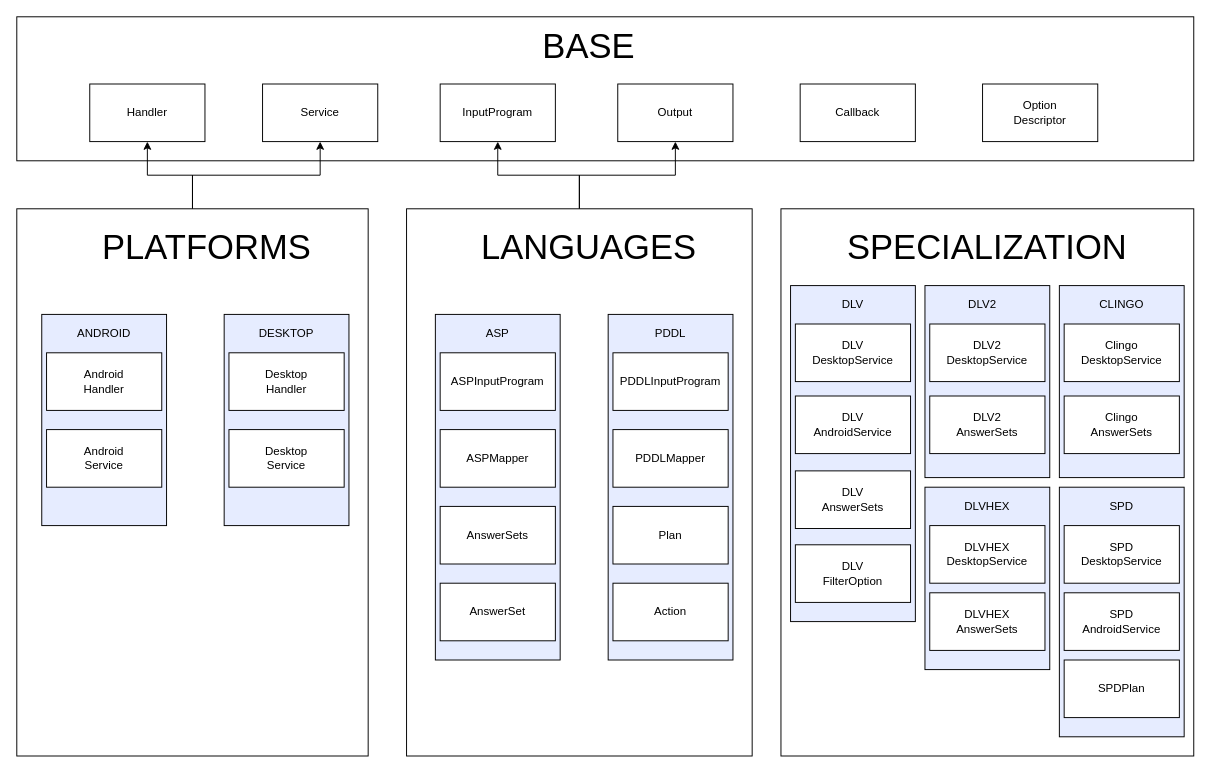
Before: Documentazione/diagrammi_drawio/abstract_architecture.drawio in MarcoBellizzi/Tirocinio, a draw.io diagram. Source tidied: cells renumbered, new cells numbered last; positions are measured from the earlier drawing's top-left corner, leaving out a move shared by most shapes. Both pictures are drawn from the tidied source at 96%, with x=0, y=0 at pixel (16, 16).
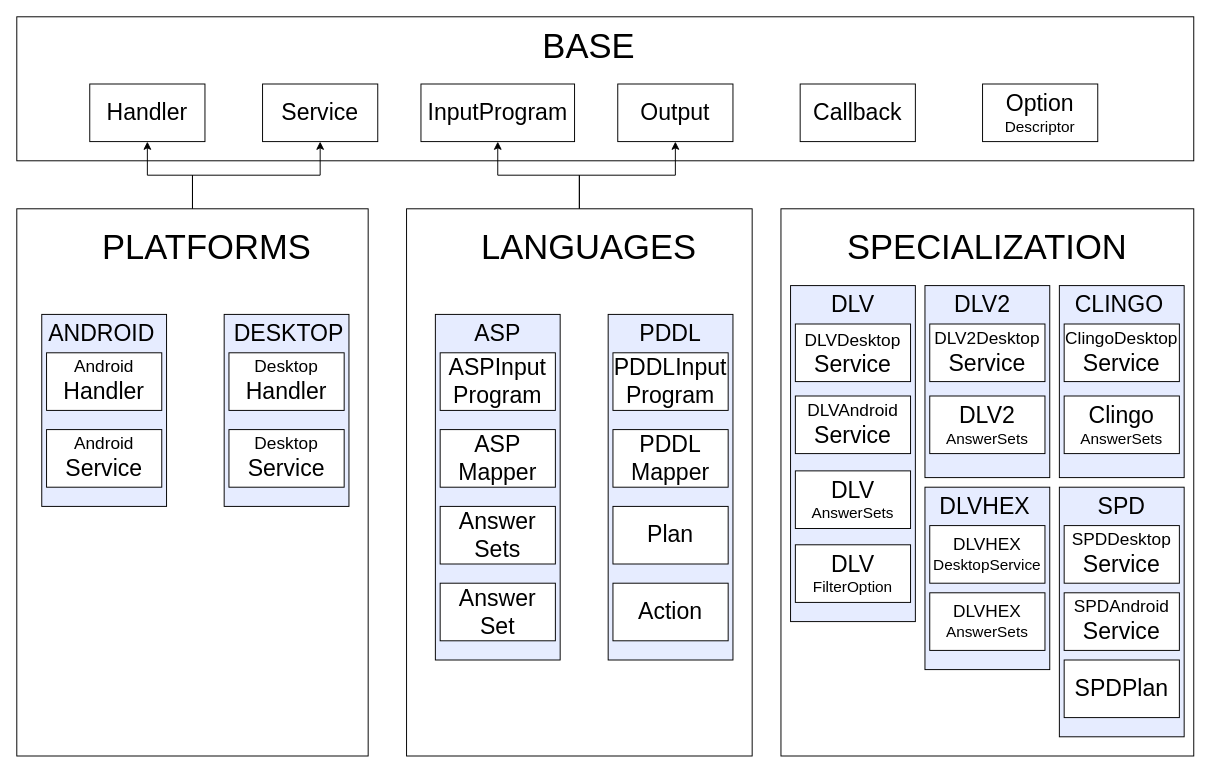
Above is the later version.

Diff of the diagram source:
```diff
@@
-    <mxCell id="3" value="Handler" style="rounded=0;whiteSpace=wrap;html=1;" parent="1" vertex="1">
+    <mxCell id="3" value="&lt;font style=&quot;font-size: 24px&quot;&gt;Handler&lt;/font&gt;" style="rounded=0;whiteSpace=wrap;html=1;" parent="1" vertex="1">
       <mxGeometry x="76" y="70" width="120" height="60" as="geometry" />
     </mxCell>
-    <mxCell id="4" value="Service" style="rounded=0;whiteSpace=wrap;html=1;" parent="1" vertex="1">
+    <mxCell id="4" value="&lt;font style=&quot;font-size: 24px&quot;&gt;Service&lt;/font&gt;" style="rounded=0;whiteSpace=wrap;html=1;" parent="1" vertex="1">
       <mxGeometry x="256" y="70" width="120" height="60" as="geometry" />
     </mxCell>
-    <mxCell id="5" value="Output" style="rounded=0;whiteSpace=wrap;html=1;" parent="1" vertex="1">
+    <mxCell id="5" value="&lt;font style=&quot;font-size: 24px&quot;&gt;Output&lt;/font&gt;" style="rounded=0;whiteSpace=wrap;html=1;" parent="1" vertex="1">
       <mxGeometry x="626" y="70" width="120" height="60" as="geometry" />
     </mxCell>
-    <mxCell id="6" value="InputProgram" style="rounded=0;whiteSpace=wrap;html=1;" parent="1" vertex="1">
-      <mxGeometry x="441" y="70" width="120" height="60" as="geometry" />
+    <mxCell id="6" value="&lt;font style=&quot;font-size: 24px&quot;&gt;InputProgram&lt;/font&gt;" style="rounded=0;whiteSpace=wrap;html=1;" parent="1" vertex="1">
+      <mxGeometry x="421" y="70" width="160" height="60" as="geometry" />
     </mxCell>
-    <mxCell id="7" value="&lt;div&gt;Option&lt;/div&gt;&lt;div&gt;Descriptor&lt;br&gt;&lt;/div&gt;" style="rounded=0;whiteSpace=wrap;html=1;" parent="1" vertex="1">
+    <mxCell id="7" value="&lt;div&gt;&lt;font style=&quot;font-size: 24px&quot;&gt;Option&lt;/font&gt;&lt;/div&gt;&lt;div&gt;&lt;font size=&quot;3&quot;&gt;Descriptor&lt;/font&gt;&lt;br&gt;&lt;/div&gt;" style="rounded=0;whiteSpace=wrap;html=1;" parent="1" vertex="1">
       <mxGeometry x="1006" y="70" width="120" height="60" as="geometry" />
     </mxCell>
@@
     <mxCell id="11" style="rounded=0;whiteSpace=wrap;html=1;fillColor=#E6ECFF;" parent="1" vertex="1">
-      <mxGeometry x="26" y="310" width="130" height="220" as="geometry" />
+      <mxGeometry x="26" y="310" width="130" height="200" as="geometry" />
     </mxCell>
     <mxCell id="12" style="rounded=0;whiteSpace=wrap;html=1;fillColor=#E6ECFF;" parent="1" vertex="1">
-      <mxGeometry x="216" y="310" width="130" height="220" as="geometry" />
+      <mxGeometry x="216" y="310" width="130" height="200" as="geometry" />
     </mxCell>
-    <mxCell id="13" value="&lt;font style=&quot;font-size: 36px&quot;&gt;PLATFORM&lt;/font&gt;&lt;font style=&quot;font-size: 36px&quot;&gt;S&lt;/font&gt;" style="text;html=1;strokeColor=none;fillColor=none;align=center;verticalAlign=middle;whiteSpace=wrap;rounded=0;" parent="1" vertex="1">
+    <mxCell id="13" value="&lt;font style=&quot;font-size: 36px&quot;&gt;&lt;font&gt;PLATFORM&lt;/font&gt;&lt;font&gt;S&lt;/font&gt;&lt;/font&gt;" style="text;html=1;strokeColor=none;fillColor=none;align=center;verticalAlign=middle;whiteSpace=wrap;rounded=0;" parent="1" vertex="1">
       <mxGeometry x="68" y="230" width="260" height="20" as="geometry" />
     </mxCell>
@@
-    <mxCell id="15" value="&lt;div&gt;Android&lt;/div&gt;&lt;div&gt;Handler&lt;br&gt;&lt;/div&gt;" style="rounded=0;whiteSpace=wrap;html=1;fillColor=#FFFFFF;" parent="1" vertex="1">
+    <mxCell id="15" value="&lt;div&gt;&lt;font style=&quot;font-size: 18px&quot;&gt;Android&lt;/font&gt;&lt;/div&gt;&lt;div&gt;&lt;font style=&quot;font-size: 24px&quot;&gt;Handler&lt;/font&gt;&lt;br&gt;&lt;/div&gt;" style="rounded=0;whiteSpace=wrap;html=1;fillColor=#FFFFFF;" parent="1" vertex="1">
       <mxGeometry x="31" y="350" width="120" height="60" as="geometry" />
     </mxCell>
-    <mxCell id="16" value="&lt;div&gt;Android&lt;/div&gt;&lt;div&gt;Service&lt;br&gt;&lt;/div&gt;" style="rounded=0;whiteSpace=wrap;html=1;fillColor=#FFFFFF;" parent="1" vertex="1">
+    <mxCell id="16" value="&lt;div&gt;&lt;font style=&quot;font-size: 18px&quot;&gt;Android&lt;/font&gt;&lt;/div&gt;&lt;div&gt;&lt;font style=&quot;font-size: 24px&quot;&gt;Service&lt;/font&gt;&lt;br&gt;&lt;/div&gt;" style="rounded=0;whiteSpace=wrap;html=1;fillColor=#FFFFFF;" parent="1" vertex="1">
       <mxGeometry x="31" y="430" width="120" height="60" as="geometry" />
     </mxCell>
-    <mxCell id="17" value="&lt;div&gt;Desktop&lt;/div&gt;&lt;div&gt;Handler&lt;br&gt;&lt;/div&gt;" style="rounded=0;whiteSpace=wrap;html=1;fillColor=#FFFFFF;" parent="1" vertex="1">
+    <mxCell id="17" value="&lt;div&gt;&lt;font style=&quot;font-size: 18px&quot;&gt;Desktop&lt;/font&gt;&lt;/div&gt;&lt;div&gt;&lt;font style=&quot;font-size: 24px&quot;&gt;Handler&lt;/font&gt;&lt;br&gt;&lt;/div&gt;" style="rounded=0;whiteSpace=wrap;html=1;fillColor=#FFFFFF;" parent="1" vertex="1">
       <mxGeometry x="221" y="350" width="120" height="60" as="geometry" />
     </mxCell>
-    <mxCell id="18" value="&lt;div&gt;Desktop&lt;/div&gt;&lt;div&gt;Service&lt;br&gt;&lt;/div&gt;" style="rounded=0;whiteSpace=wrap;html=1;fillColor=#FFFFFF;" parent="1" vertex="1">
+    <mxCell id="18" value="&lt;div&gt;&lt;font style=&quot;font-size: 18px&quot;&gt;Desktop&lt;/font&gt;&lt;/div&gt;&lt;div&gt;&lt;font style=&quot;font-size: 24px&quot;&gt;Service&lt;/font&gt;&lt;br&gt;&lt;/div&gt;" style="rounded=0;whiteSpace=wrap;html=1;fillColor=#FFFFFF;" parent="1" vertex="1">
       <mxGeometry x="221" y="430" width="120" height="60" as="geometry" />
     </mxCell>
-    <mxCell id="19" value="ANDROID" style="text;html=1;strokeColor=none;fillColor=none;align=center;verticalAlign=middle;whiteSpace=wrap;rounded=0;" parent="1" vertex="1">
-      <mxGeometry x="71" y="320" width="40" height="20" as="geometry" />
+    <mxCell id="19" value="&lt;font style=&quot;font-size: 24px&quot;&gt;ANDROID&lt;/font&gt;" style="text;html=1;strokeColor=none;fillColor=none;align=center;verticalAlign=middle;whiteSpace=wrap;rounded=0;" parent="1" vertex="1">
+      <mxGeometry x="66" y="320" width="45" height="20" as="geometry" />
     </mxCell>
-    <mxCell id="20" value="DESKTOP" style="text;html=1;strokeColor=none;fillColor=none;align=center;verticalAlign=middle;whiteSpace=wrap;rounded=0;" parent="1" vertex="1">
-      <mxGeometry x="261" y="320" width="40" height="20" as="geometry" />
+    <mxCell id="20" value="&lt;font style=&quot;font-size: 24px&quot;&gt;DESKTOP&lt;/font&gt;" style="text;html=1;strokeColor=none;fillColor=none;align=center;verticalAlign=middle;whiteSpace=wrap;rounded=0;" parent="1" vertex="1">
+      <mxGeometry x="266" y="320" width="35" height="20" as="geometry" />
     </mxCell>
@@
-    <mxCell id="27" value="ASP" style="text;html=1;strokeColor=none;fillColor=none;align=center;verticalAlign=middle;whiteSpace=wrap;rounded=0;" parent="1" vertex="1">
+    <mxCell id="27" value="&lt;font style=&quot;font-size: 24px&quot;&gt;ASP&lt;/font&gt;" style="text;html=1;strokeColor=none;fillColor=none;align=center;verticalAlign=middle;whiteSpace=wrap;rounded=0;" parent="1" vertex="1">
       <mxGeometry x="481" y="320" width="40" height="20" as="geometry" />
     </mxCell>
-    <mxCell id="28" value="ASPInputProgram" style="rounded=0;whiteSpace=wrap;html=1;fillColor=#FFFFFF;" parent="1" vertex="1">
+    <mxCell id="28" value="&lt;font style=&quot;font-size: 24px&quot;&gt;ASPInput&lt;br&gt;Program&lt;/font&gt;" style="rounded=0;whiteSpace=wrap;html=1;fillColor=#FFFFFF;" parent="1" vertex="1">
       <mxGeometry x="441" y="350" width="120" height="60" as="geometry" />
     </mxCell>
-    <mxCell id="29" value="ASPMapper" style="rounded=0;whiteSpace=wrap;html=1;fillColor=#FFFFFF;" parent="1" vertex="1">
+    <mxCell id="29" value="&lt;font style=&quot;font-size: 24px&quot;&gt;ASP&lt;br&gt;Mapper&lt;/font&gt;" style="rounded=0;whiteSpace=wrap;html=1;fillColor=#FFFFFF;" parent="1" vertex="1">
       <mxGeometry x="441" y="430" width="120" height="60" as="geometry" />
     </mxCell>
-    <mxCell id="30" value="AnswerSets" style="rounded=0;whiteSpace=wrap;html=1;fillColor=#FFFFFF;" parent="1" vertex="1">
+    <mxCell id="30" value="&lt;font style=&quot;font-size: 24px&quot;&gt;Answer&lt;br&gt;Sets&lt;/font&gt;" style="rounded=0;whiteSpace=wrap;html=1;fillColor=#FFFFFF;" parent="1" vertex="1">
       <mxGeometry x="441" y="510" width="120" height="60" as="geometry" />
     </mxCell>
-    <mxCell id="31" value="AnswerSet" style="rounded=0;whiteSpace=wrap;html=1;fillColor=#FFFFFF;" parent="1" vertex="1">
+    <mxCell id="31" value="&lt;font style=&quot;font-size: 24px&quot;&gt;Answer&lt;br&gt;Set&lt;/font&gt;" style="rounded=0;whiteSpace=wrap;html=1;fillColor=#FFFFFF;" parent="1" vertex="1">
       <mxGeometry x="441" y="590" width="120" height="60" as="geometry" />
     </mxCell>
-    <mxCell id="32" value="PDDL" style="text;html=1;strokeColor=none;fillColor=none;align=center;verticalAlign=middle;whiteSpace=wrap;rounded=0;" parent="1" vertex="1">
+    <mxCell id="32" value="&lt;font style=&quot;font-size: 24px&quot;&gt;PDDL&lt;/font&gt;" style="text;html=1;strokeColor=none;fillColor=none;align=center;verticalAlign=middle;whiteSpace=wrap;rounded=0;" parent="1" vertex="1">
       <mxGeometry x="661" y="320" width="40" height="20" as="geometry" />
     </mxCell>
-    <mxCell id="33" value="PDDLInputProgram" style="rounded=0;whiteSpace=wrap;html=1;fillColor=#FFFFFF;" parent="1" vertex="1">
+    <mxCell id="33" value="&lt;font style=&quot;font-size: 24px&quot;&gt;PDDLInput&lt;br&gt;Program&lt;/font&gt;" style="rounded=0;whiteSpace=wrap;html=1;fillColor=#FFFFFF;" parent="1" vertex="1">
       <mxGeometry x="621" y="350" width="120" height="60" as="geometry" />
     </mxCell>
-    <mxCell id="34" value="PDDLMapper" style="rounded=0;whiteSpace=wrap;html=1;fillColor=#FFFFFF;" parent="1" vertex="1">
+    <mxCell id="34" value="&lt;font style=&quot;font-size: 24px&quot;&gt;PDDL&lt;br&gt;Mapper&lt;/font&gt;" style="rounded=0;whiteSpace=wrap;html=1;fillColor=#FFFFFF;" parent="1" vertex="1">
       <mxGeometry x="621" y="430" width="120" height="60" as="geometry" />
     </mxCell>
-    <mxCell id="35" value="Plan" style="rounded=0;whiteSpace=wrap;html=1;fillColor=#FFFFFF;" parent="1" vertex="1">
+    <mxCell id="35" value="&lt;font style=&quot;font-size: 24px&quot;&gt;Plan&lt;/font&gt;" style="rounded=0;whiteSpace=wrap;html=1;fillColor=#FFFFFF;" parent="1" vertex="1">
       <mxGeometry x="621" y="510" width="120" height="60" as="geometry" />
     </mxCell>
-    <mxCell id="36" value="Action" style="rounded=0;whiteSpace=wrap;html=1;fillColor=#FFFFFF;" parent="1" vertex="1">
+    <mxCell id="36" value="&lt;font style=&quot;font-size: 24px&quot;&gt;Action&lt;/font&gt;" style="rounded=0;whiteSpace=wrap;html=1;fillColor=#FFFFFF;" parent="1" vertex="1">
       <mxGeometry x="621" y="590" width="120" height="60" as="geometry" />
     </mxCell>
-    <mxCell id="37" value="Callback" style="rounded=0;whiteSpace=wrap;html=1;fillColor=#FFFFFF;" parent="1" vertex="1">
+    <mxCell id="37" value="&lt;font style=&quot;font-size: 24px&quot;&gt;Callback&lt;/font&gt;" style="rounded=0;whiteSpace=wrap;html=1;fillColor=#FFFFFF;" parent="1" vertex="1">
       <mxGeometry x="816" y="70" width="120" height="60" as="geometry" />
     </mxCell>
@@
-    <mxCell id="41" value="DLV" style="text;html=1;strokeColor=none;fillColor=none;align=center;verticalAlign=middle;whiteSpace=wrap;rounded=0;" parent="1" vertex="1">
+    <mxCell id="41" value="&lt;font style=&quot;font-size: 24px&quot;&gt;DLV&lt;/font&gt;" style="text;html=1;strokeColor=none;fillColor=none;align=center;verticalAlign=middle;whiteSpace=wrap;rounded=0;" parent="1" vertex="1">
       <mxGeometry x="851" y="290" width="40" height="20" as="geometry" />
     </mxCell>
-    <mxCell id="42" value="&lt;div&gt;DLV&lt;/div&gt;&lt;div&gt;DesktopService&lt;br&gt;&lt;/div&gt;" style="rounded=0;whiteSpace=wrap;html=1;fillColor=#FFFFFF;" parent="1" vertex="1">
+    <mxCell id="42" value="&lt;font&gt;&lt;span style=&quot;font-size: 18px&quot;&gt;DLVDesktop&lt;/span&gt;&lt;br&gt;&lt;font style=&quot;font-size: 24px&quot;&gt;Service&lt;/font&gt;&lt;/font&gt;" style="rounded=0;whiteSpace=wrap;html=1;fillColor=#FFFFFF;fontSize=22;" parent="1" vertex="1">
       <mxGeometry x="811" y="320" width="120" height="60" as="geometry" />
     </mxCell>
-    <mxCell id="43" value="&lt;div&gt;DLV&lt;/div&gt;&lt;div&gt;AndroidService&lt;br&gt;&lt;/div&gt;" style="rounded=0;whiteSpace=wrap;html=1;fillColor=#FFFFFF;" parent="1" vertex="1">
+    <mxCell id="43" value="&lt;div&gt;&lt;font style=&quot;font-size: 18px&quot;&gt;&lt;font&gt;DLV&lt;/font&gt;&lt;span&gt;Android&lt;/span&gt;&lt;/font&gt;&lt;/div&gt;&lt;div&gt;&lt;span&gt;&lt;font style=&quot;font-size: 24px&quot;&gt;Service&lt;/font&gt;&lt;/span&gt;&lt;/div&gt;" style="rounded=0;whiteSpace=wrap;html=1;fillColor=#FFFFFF;" parent="1" vertex="1">
       <mxGeometry x="811" y="395" width="120" height="60" as="geometry" />
     </mxCell>
-    <mxCell id="44" value="&lt;div&gt;DLV&lt;/div&gt;&lt;div&gt;AnswerSets&lt;br&gt;&lt;/div&gt;" style="rounded=0;whiteSpace=wrap;html=1;fillColor=#FFFFFF;" parent="1" vertex="1">
+    <mxCell id="44" value="&lt;div&gt;&lt;font style=&quot;font-size: 24px&quot;&gt;DLV&lt;/font&gt;&lt;/div&gt;&lt;div&gt;&lt;font size=&quot;3&quot;&gt;AnswerSets&lt;/font&gt;&lt;br&gt;&lt;/div&gt;" style="rounded=0;whiteSpace=wrap;html=1;fillColor=#FFFFFF;" parent="1" vertex="1">
       <mxGeometry x="811" y="473" width="120" height="60" as="geometry" />
     </mxCell>
-    <mxCell id="45" value="&lt;div&gt;DLV&lt;/div&gt;&lt;div&gt;FilterOption&lt;br&gt;&lt;/div&gt;" style="rounded=0;whiteSpace=wrap;html=1;fillColor=#FFFFFF;" parent="1" vertex="1">
+    <mxCell id="45" value="&lt;div&gt;&lt;font style=&quot;font-size: 24px&quot;&gt;DLV&lt;/font&gt;&lt;/div&gt;&lt;div&gt;&lt;font size=&quot;3&quot;&gt;FilterOption&lt;/font&gt;&lt;br&gt;&lt;/div&gt;" style="rounded=0;whiteSpace=wrap;html=1;fillColor=#FFFFFF;" parent="1" vertex="1">
       <mxGeometry x="811" y="550" width="120" height="60" as="geometry" />
     </mxCell>
@@
-    <mxCell id="47" value="DLV2" style="text;html=1;strokeColor=none;fillColor=none;align=center;verticalAlign=middle;whiteSpace=wrap;rounded=0;" parent="1" vertex="1">
+    <mxCell id="47" value="&lt;font style=&quot;font-size: 24px&quot;&gt;DLV2&lt;/font&gt;" style="text;html=1;strokeColor=none;fillColor=none;align=center;verticalAlign=middle;whiteSpace=wrap;rounded=0;" parent="1" vertex="1">
       <mxGeometry x="986" y="290" width="40" height="20" as="geometry" />
     </mxCell>
-    <mxCell id="48" value="&lt;div&gt;DLV2&lt;/div&gt;&lt;div&gt;DesktopService&lt;br&gt;&lt;/div&gt;" style="rounded=0;whiteSpace=wrap;html=1;fillColor=#FFFFFF;" parent="1" vertex="1">
+    <mxCell id="48" value="&lt;div&gt;&lt;font style=&quot;font-size: 18px&quot;&gt;&lt;font&gt;DLV2&lt;/font&gt;&lt;span&gt;Desktop&lt;/span&gt;&lt;/font&gt;&lt;/div&gt;&lt;div&gt;&lt;span&gt;&lt;font style=&quot;font-size: 24px&quot;&gt;Service&lt;/font&gt;&lt;/span&gt;&lt;/div&gt;" style="rounded=0;whiteSpace=wrap;html=1;fillColor=#FFFFFF;" parent="1" vertex="1">
       <mxGeometry x="951" y="320" width="120" height="60" as="geometry" />
     </mxCell>
-    <mxCell id="49" value="&lt;div&gt;DLV2&lt;/div&gt;&lt;div&gt;AnswerSets&lt;br&gt;&lt;/div&gt;" style="rounded=0;whiteSpace=wrap;html=1;fillColor=#FFFFFF;" parent="1" vertex="1">
+    <mxCell id="49" value="&lt;div&gt;&lt;font style=&quot;font-size: 24px&quot;&gt;DLV2&lt;/font&gt;&lt;/div&gt;&lt;div&gt;&lt;font size=&quot;3&quot;&gt;AnswerSets&lt;/font&gt;&lt;br&gt;&lt;/div&gt;" style="rounded=0;whiteSpace=wrap;html=1;fillColor=#FFFFFF;" parent="1" vertex="1">
       <mxGeometry x="951" y="395" width="120" height="60" as="geometry" />
     </mxCell>
@@
-    <mxCell id="51" value="DLVHEX" style="text;html=1;strokeColor=none;fillColor=none;align=center;verticalAlign=middle;whiteSpace=wrap;rounded=0;" parent="1" vertex="1">
-      <mxGeometry x="991" y="500" width="40" height="20" as="geometry" />
+    <mxCell id="51" value="&lt;font style=&quot;font-size: 24px&quot;&gt;DLVHEX&lt;/font&gt;" style="text;html=1;strokeColor=none;fillColor=none;align=center;verticalAlign=middle;whiteSpace=wrap;rounded=0;" parent="1" vertex="1">
+      <mxGeometry x="986" y="500" width="45" height="20" as="geometry" />
     </mxCell>
-    <mxCell id="52" value="&lt;div&gt;DLVHEX&lt;/div&gt;&lt;div&gt;DesktopService&lt;br&gt;&lt;/div&gt;" style="rounded=0;whiteSpace=wrap;html=1;fillColor=#FFFFFF;" parent="1" vertex="1">
+    <mxCell id="52" value="&lt;div&gt;&lt;font&gt;&lt;font style=&quot;font-size: 18px&quot;&gt;DLVHEX&lt;/font&gt;&lt;/font&gt;&lt;/div&gt;&lt;div&gt;&lt;font size=&quot;3&quot;&gt;&lt;font&gt;&lt;span&gt;Desktop&lt;/span&gt;&lt;/font&gt;&lt;span&gt;Service&lt;/span&gt;&lt;/font&gt;&lt;/div&gt;" style="rounded=0;whiteSpace=wrap;html=1;fillColor=#FFFFFF;" parent="1" vertex="1">
       <mxGeometry x="951" y="530" width="120" height="60" as="geometry" />
     </mxCell>
-    <mxCell id="53" value="&lt;div&gt;DLVHEX&lt;/div&gt;&lt;div&gt;AnswerSets&lt;br&gt;&lt;/div&gt;" style="rounded=0;whiteSpace=wrap;html=1;fillColor=#FFFFFF;" parent="1" vertex="1">
+    <mxCell id="53" value="&lt;div&gt;&lt;font style=&quot;font-size: 18px&quot;&gt;DLVHEX&lt;/font&gt;&lt;/div&gt;&lt;div&gt;&lt;font size=&quot;3&quot;&gt;AnswerSets&lt;/font&gt;&lt;br&gt;&lt;/div&gt;" style="rounded=0;whiteSpace=wrap;html=1;fillColor=#FFFFFF;" parent="1" vertex="1">
       <mxGeometry x="951" y="600" width="120" height="60" as="geometry" />
     </mxCell>
@@
-    <mxCell id="55" value="CLINGO" style="text;html=1;strokeColor=none;fillColor=none;align=center;verticalAlign=middle;whiteSpace=wrap;rounded=0;" parent="1" vertex="1">
-      <mxGeometry x="1131" y="290" width="40" height="20" as="geometry" />
+    <mxCell id="55" value="&lt;font style=&quot;font-size: 24px&quot;&gt;CLINGO&lt;/font&gt;" style="text;html=1;strokeColor=none;fillColor=none;align=center;verticalAlign=middle;whiteSpace=wrap;rounded=0;" parent="1" vertex="1">
+      <mxGeometry x="1126" y="290" width="45" height="20" as="geometry" />
     </mxCell>
-    <mxCell id="56" value="&lt;div&gt;Clingo&lt;/div&gt;&lt;div&gt;DesktopService&lt;br&gt;&lt;/div&gt;" style="rounded=0;whiteSpace=wrap;html=1;fillColor=#FFFFFF;" parent="1" vertex="1">
+    <mxCell id="56" value="&lt;div&gt;&lt;font style=&quot;font-size: 18px&quot;&gt;&lt;font&gt;Clingo&lt;/font&gt;&lt;span&gt;Desktop&lt;/span&gt;&lt;/font&gt;&lt;/div&gt;&lt;div&gt;&lt;span&gt;&lt;font style=&quot;font-size: 24px&quot;&gt;Service&lt;/font&gt;&lt;/span&gt;&lt;/div&gt;" style="rounded=0;whiteSpace=wrap;html=1;fillColor=#FFFFFF;" parent="1" vertex="1">
       <mxGeometry x="1091" y="320" width="120" height="60" as="geometry" />
     </mxCell>
-    <mxCell id="57" value="&lt;div&gt;Clingo&lt;/div&gt;&lt;div&gt;AnswerSets&lt;br&gt;&lt;/div&gt;" style="rounded=0;whiteSpace=wrap;html=1;fillColor=#FFFFFF;" parent="1" vertex="1">
+    <mxCell id="57" value="&lt;div&gt;&lt;font style=&quot;font-size: 24px&quot;&gt;Clingo&lt;/font&gt;&lt;/div&gt;&lt;div&gt;&lt;font size=&quot;3&quot;&gt;AnswerSets&lt;/font&gt;&lt;br&gt;&lt;/div&gt;" style="rounded=0;whiteSpace=wrap;html=1;fillColor=#FFFFFF;" parent="1" vertex="1">
       <mxGeometry x="1091" y="395" width="120" height="60" as="geometry" />
     </mxCell>
@@
-    <mxCell id="59" value="SPD" style="text;html=1;strokeColor=none;fillColor=none;align=center;verticalAlign=middle;whiteSpace=wrap;rounded=0;" parent="1" vertex="1">
+    <mxCell id="59" value="&lt;font style=&quot;font-size: 24px&quot;&gt;SPD&lt;/font&gt;" style="text;html=1;strokeColor=none;fillColor=none;align=center;verticalAlign=middle;whiteSpace=wrap;rounded=0;" parent="1" vertex="1">
       <mxGeometry x="1131" y="500" width="40" height="20" as="geometry" />
     </mxCell>
-    <mxCell id="60" value="&lt;div&gt;SPD&lt;/div&gt;&lt;div&gt;DesktopService&lt;br&gt;&lt;/div&gt;" style="rounded=0;whiteSpace=wrap;html=1;fillColor=#FFFFFF;" parent="1" vertex="1">
+    <mxCell id="60" value="&lt;div&gt;&lt;font style=&quot;font-size: 18px&quot;&gt;&lt;font&gt;SPD&lt;/font&gt;&lt;span&gt;Desktop&lt;/span&gt;&lt;/font&gt;&lt;/div&gt;&lt;div&gt;&lt;span&gt;&lt;font style=&quot;font-size: 24px&quot;&gt;Service&lt;/font&gt;&lt;/span&gt;&lt;/div&gt;" style="rounded=0;whiteSpace=wrap;html=1;fillColor=#FFFFFF;" parent="1" vertex="1">
       <mxGeometry x="1091" y="530" width="120" height="60" as="geometry" />
     </mxCell>
-    <mxCell id="61" value="&lt;div&gt;SPD&lt;/div&gt;&lt;div&gt;AndroidService&lt;br&gt;&lt;/div&gt;" style="rounded=0;whiteSpace=wrap;html=1;fillColor=#FFFFFF;" parent="1" vertex="1">
+    <mxCell id="61" value="&lt;div&gt;&lt;font style=&quot;font-size: 18px&quot;&gt;&lt;font&gt;SPD&lt;/font&gt;&lt;span&gt;Android&lt;/span&gt;&lt;/font&gt;&lt;/div&gt;&lt;div&gt;&lt;span&gt;&lt;font style=&quot;font-size: 24px&quot;&gt;Service&lt;/font&gt;&lt;/span&gt;&lt;/div&gt;" style="rounded=0;whiteSpace=wrap;html=1;fillColor=#FFFFFF;" parent="1" vertex="1">
       <mxGeometry x="1091" y="600" width="120" height="60" as="geometry" />
     </mxCell>
-    <mxCell id="62" value="SPDPlan" style="rounded=0;whiteSpace=wrap;html=1;fillColor=#FFFFFF;" parent="1" vertex="1">
+    <mxCell id="62" value="&lt;font style=&quot;font-size: 24px&quot;&gt;SPDPlan&lt;/font&gt;" style="rounded=0;whiteSpace=wrap;html=1;fillColor=#FFFFFF;" parent="1" vertex="1">
       <mxGeometry x="1091" y="670" width="120" height="60" as="geometry" />
     </mxCell>
```
